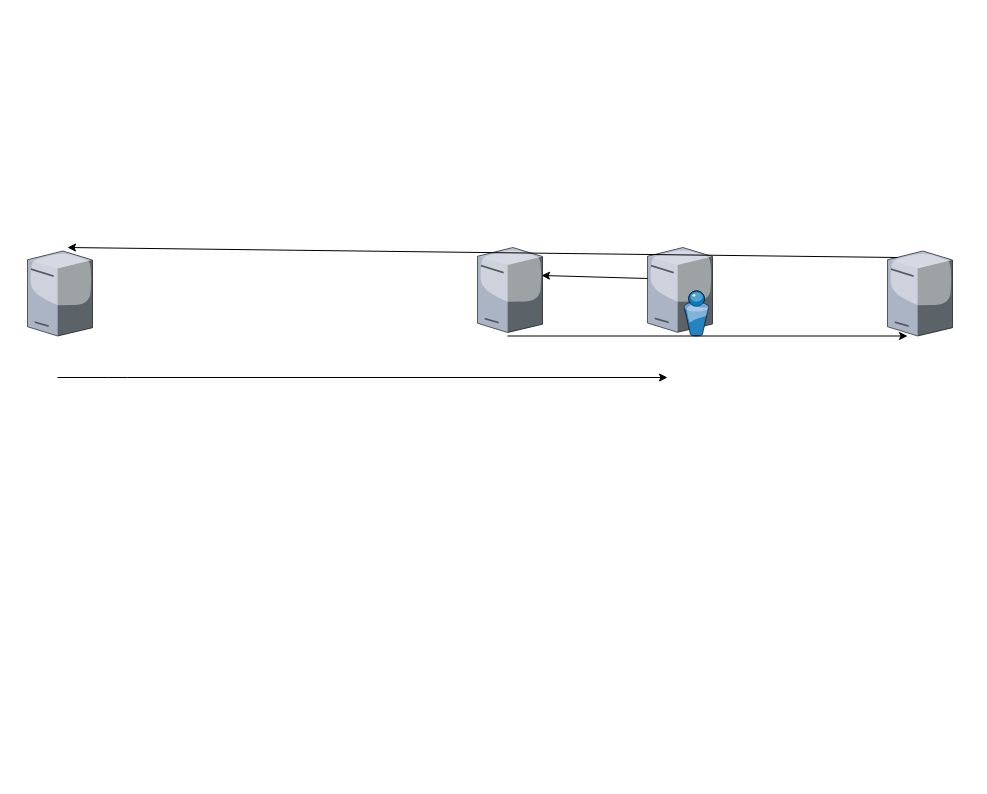
This is Untitled Diagram.drawio from LarsenClose/basicCplusplus, a draw.io file, before an edit. Source tidied: cells renumbered, new cells numbered last; positions are measured from the earlier drawing's top-left corner, leaving out a move shared by most shapes. Both pictures are drawn from the tidied source at 100%, with x=0, y=0 at pixel (27, 247).
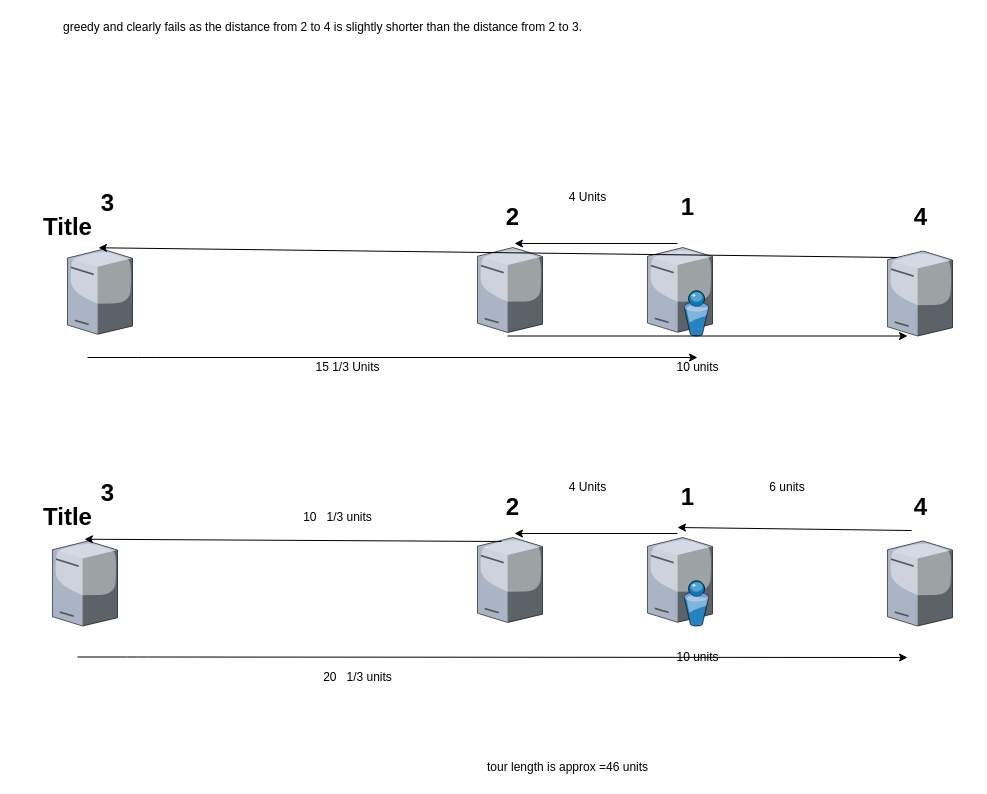
The same diagram, later.

The change refers to these unchanged cells:
```xml
<mxCell id="4" style="verticalLabelPosition=bottom;html=1;verticalAlign=top;strokeColor=none;shape=mxgraph.citrix.tower_server;rounded=0;shadow=0;comic=0;fontFamily=Verdana;" parent="1" vertex="1">
  <mxGeometry x="450" width="65" height="85" as="geometry" />
</mxCell>
```

Diff of the diagram source:
```diff
@@
     <mxCell id="3" style="verticalLabelPosition=bottom;html=1;verticalAlign=top;strokeColor=none;shape=mxgraph.citrix.tower_server;rounded=0;shadow=0;comic=0;fontFamily=Verdana;" parent="1" vertex="1">
-      <mxGeometry y="3.5" width="65" height="85" as="geometry" />
+      <mxGeometry x="40" y="1.8" width="65" height="85" as="geometry" />
     </mxCell>
@@
-    <mxCell id="6" style="endArrow=classic;html=1;entryX=0.985;entryY=0.329;entryDx=0;entryDy=0;entryPerimeter=0;" parent="1" edge="1" target="4">
+    <mxCell id="6" style="endArrow=classic;html=1;entryX=0.569;entryY=-0.047;entryDx=0;entryDy=0;entryPerimeter=0;" parent="1" edge="1" target="4">
       <mxGeometry relative="1" as="geometry">
-        <mxPoint x="620" y="31" as="sourcePoint" />
+        <mxPoint x="650" y="-4" as="sourcePoint" />
       </mxGeometry>
     </mxCell>
@@
-    <mxCell id="8" style="endArrow=classic;html=1;" parent="1" edge="1">
+    <mxCell id="8" style="endArrow=classic;html=1;entryX=0.477;entryY=-0.018;entryDx=0;entryDy=0;entryPerimeter=0;" parent="1" edge="1" target="3">
       <mxGeometry relative="1" as="geometry">
         <mxPoint x="870" y="10" as="sourcePoint" />
-        <mxPoint x="40" as="targetPoint" />
       </mxGeometry>
     </mxCell>
     <mxCell id="9" style="endArrow=classic;html=1;" parent="1" edge="1">
       <mxGeometry relative="1" as="geometry">
-        <mxPoint x="30" y="130" as="sourcePoint" />
-        <mxPoint x="640" y="130" as="targetPoint" />
+        <mxPoint x="60" y="110" as="sourcePoint" />
+        <mxPoint x="670" y="110" as="targetPoint" />
         <Array as="points">
-          <mxPoint x="90" y="130" />
+          <mxPoint x="120" y="110" />
         </Array>
       </mxGeometry>
     </mxCell>
+    <mxCell id="10" value="4 Units" style="text;html=1;align=center;verticalAlign=middle;strokeColor=none;" parent="1" vertex="1">
+      <mxGeometry x="535" y="-60" width="50" height="20" as="geometry" />
+    </mxCell>
+    <mxCell id="11" value="10 units" style="text;html=1;align=center;verticalAlign=middle;strokeColor=none;" parent="1" vertex="1">
+      <mxGeometry x="640" y="110" width="60" height="20" as="geometry" />
+    </mxCell>
+    <mxCell id="12" value="20&amp;nbsp;&amp;nbsp; 1/3 units" style="text;html=1;align=center;verticalAlign=middle;strokeColor=none;" parent="1" vertex="1">
+      <mxGeometry x="290" y="420" width="80" height="20" as="geometry" />
+    </mxCell>
+    <mxCell id="13" value="15 1/3 Units" style="text;html=1;align=center;verticalAlign=middle;strokeColor=none;" parent="1" vertex="1">
+      <mxGeometry x="280" y="110" width="80" height="20" as="geometry" />
+    </mxCell>
+    <mxCell id="14" value="greedy and clearly fails as the distance from 2 to 4 is slightly shorter than the distance from 2 to 3." style="text;html=1;align=center;verticalAlign=middle;strokeColor=none;" parent="1" vertex="1">
+      <mxGeometry x="30" y="-230" width="530" height="20" as="geometry" />
+    </mxCell>
+    <mxCell id="15" value="1" style="text;strokeColor=none;fillColor=none;html=1;fontSize=24;fontStyle=1;verticalAlign=middle;align=center;" parent="1" vertex="1">
+      <mxGeometry x="610" y="-60" width="100" height="40" as="geometry" />
+    </mxCell>
+    <mxCell id="16" value="Title" style="text;strokeColor=none;fillColor=none;html=1;fontSize=24;fontStyle=1;verticalAlign=middle;align=center;" parent="1" vertex="1">
+      <mxGeometry x="-10" y="-40" width="100" height="40" as="geometry" />
+    </mxCell>
+    <mxCell id="17" value="2" style="text;strokeColor=none;fillColor=none;html=1;fontSize=24;fontStyle=1;verticalAlign=middle;align=center;" parent="1" vertex="1">
+      <mxGeometry x="435" y="-50" width="100" height="40" as="geometry" />
+    </mxCell>
+    <mxCell id="18" value="4" style="text;strokeColor=none;fillColor=none;html=1;fontSize=24;fontStyle=1;verticalAlign=middle;align=center;" parent="1" vertex="1">
+      <mxGeometry x="842.5" y="-50" width="100" height="40" as="geometry" />
+    </mxCell>
+    <mxCell id="19" value="&lt;div&gt;3&lt;/div&gt;&lt;div&gt;&lt;br&gt;&lt;/div&gt;" style="text;strokeColor=none;fillColor=none;html=1;fontSize=24;fontStyle=1;verticalAlign=middle;align=center;" parent="1" vertex="1">
+      <mxGeometry x="30" y="-50" width="100" height="40" as="geometry" />
+    </mxCell>
+    <mxCell id="20" value="tour length is approx =46 units" style="text;html=1;align=center;verticalAlign=middle;strokeColor=none;" parent="1" vertex="1">
+      <mxGeometry x="450" y="510" width="180" height="20" as="geometry" />
+    </mxCell>
+    <mxCell id="21" style="verticalLabelPosition=bottom;html=1;verticalAlign=top;strokeColor=none;shape=mxgraph.citrix.directory_server;rounded=0;shadow=0;comic=0;fontFamily=Verdana;" parent="1" vertex="1">
+      <mxGeometry x="620" y="290" width="65" height="88.5" as="geometry" />
+    </mxCell>
+    <mxCell id="22" style="verticalLabelPosition=bottom;html=1;verticalAlign=top;strokeColor=none;shape=mxgraph.citrix.tower_server;rounded=0;shadow=0;comic=0;fontFamily=Verdana;" parent="1" vertex="1">
+      <mxGeometry x="25" y="293.5" width="65" height="85" as="geometry" />
+    </mxCell>
+    <mxCell id="23" style="verticalLabelPosition=bottom;html=1;verticalAlign=top;strokeColor=none;shape=mxgraph.citrix.tower_server;rounded=0;shadow=0;comic=0;fontFamily=Verdana;" parent="1" vertex="1">
+      <mxGeometry x="450" y="290" width="65" height="85" as="geometry" />
+    </mxCell>
+    <mxCell id="24" style="verticalLabelPosition=bottom;html=1;verticalAlign=top;strokeColor=none;shape=mxgraph.citrix.tower_server;rounded=0;shadow=0;comic=0;fontFamily=Verdana;" parent="1" vertex="1">
+      <mxGeometry x="860" y="293.5" width="65" height="85" as="geometry" />
+    </mxCell>
+    <mxCell id="25" style="endArrow=classic;html=1;entryX=0.569;entryY=-0.047;entryDx=0;entryDy=0;entryPerimeter=0;" parent="1" edge="1" target="23">
+      <mxGeometry relative="1" as="geometry">
+        <mxPoint x="650" y="286" as="sourcePoint" />
+      </mxGeometry>
+    </mxCell>
+    <mxCell id="26" style="endArrow=classic;html=1;" parent="1" edge="1">
+      <mxGeometry relative="1" as="geometry">
+        <mxPoint x="50" y="409.5" as="sourcePoint" />
+        <mxPoint x="880" y="410" as="targetPoint" />
+        <Array as="points">
+          <mxPoint x="110" y="409.5" />
+        </Array>
+      </mxGeometry>
+    </mxCell>
+    <mxCell id="27" value="4 Units" style="text;html=1;align=center;verticalAlign=middle;strokeColor=none;" parent="1" vertex="1">
+      <mxGeometry x="535" y="230" width="50" height="20" as="geometry" />
+    </mxCell>
+    <mxCell id="28" value="10 units" style="text;html=1;align=center;verticalAlign=middle;strokeColor=none;" parent="1" vertex="1">
+      <mxGeometry x="640" y="400" width="60" height="20" as="geometry" />
+    </mxCell>
+    <mxCell id="29" value="10 &amp;nbsp; 1/3 units" style="text;html=1;align=center;verticalAlign=middle;strokeColor=none;" parent="1" vertex="1">
+      <mxGeometry x="270" y="260" width="80" height="20" as="geometry" />
+    </mxCell>
+    <mxCell id="30" value="1" style="text;strokeColor=none;fillColor=none;html=1;fontSize=24;fontStyle=1;verticalAlign=middle;align=center;" parent="1" vertex="1">
+      <mxGeometry x="610" y="230" width="100" height="40" as="geometry" />
+    </mxCell>
+    <mxCell id="31" value="Title" style="text;strokeColor=none;fillColor=none;html=1;fontSize=24;fontStyle=1;verticalAlign=middle;align=center;" parent="1" vertex="1">
+      <mxGeometry x="-10" y="250" width="100" height="40" as="geometry" />
+    </mxCell>
+    <mxCell id="32" value="2" style="text;strokeColor=none;fillColor=none;html=1;fontSize=24;fontStyle=1;verticalAlign=middle;align=center;" parent="1" vertex="1">
+      <mxGeometry x="435" y="240" width="100" height="40" as="geometry" />
+    </mxCell>
+    <mxCell id="33" value="4" style="text;strokeColor=none;fillColor=none;html=1;fontSize=24;fontStyle=1;verticalAlign=middle;align=center;" parent="1" vertex="1">
+      <mxGeometry x="842.5" y="240" width="100" height="40" as="geometry" />
+    </mxCell>
+    <mxCell id="34" value="&lt;div&gt;3&lt;/div&gt;&lt;div&gt;&lt;br&gt;&lt;/div&gt;" style="text;strokeColor=none;fillColor=none;html=1;fontSize=24;fontStyle=1;verticalAlign=middle;align=center;" parent="1" vertex="1">
+      <mxGeometry x="30" y="240" width="100" height="40" as="geometry" />
+    </mxCell>
+    <mxCell id="35" style="endArrow=classic;html=1;exitX=0.369;exitY=0.047;exitDx=0;exitDy=0;exitPerimeter=0;entryX=0.492;entryY=-0.021;entryDx=0;entryDy=0;entryPerimeter=0;" parent="1" edge="1" source="23" target="22">
+      <mxGeometry relative="1" as="geometry" />
+    </mxCell>
+    <mxCell id="36" style="endArrow=classic;html=1;exitX=0.415;exitY=1.075;exitDx=0;exitDy=0;exitPerimeter=0;" parent="1" edge="1" source="33">
+      <mxGeometry relative="1" as="geometry">
+        <mxPoint x="650" y="280" as="targetPoint" />
+      </mxGeometry>
+    </mxCell>
+    <mxCell id="37" value="6 units" style="text;html=1;strokeColor=none;fillColor=none;align=center;verticalAlign=middle;whiteSpace=wrap;rounded=0;" parent="1" vertex="1">
+      <mxGeometry x="740" y="230" width="40" height="20" as="geometry" />
+    </mxCell>
```
